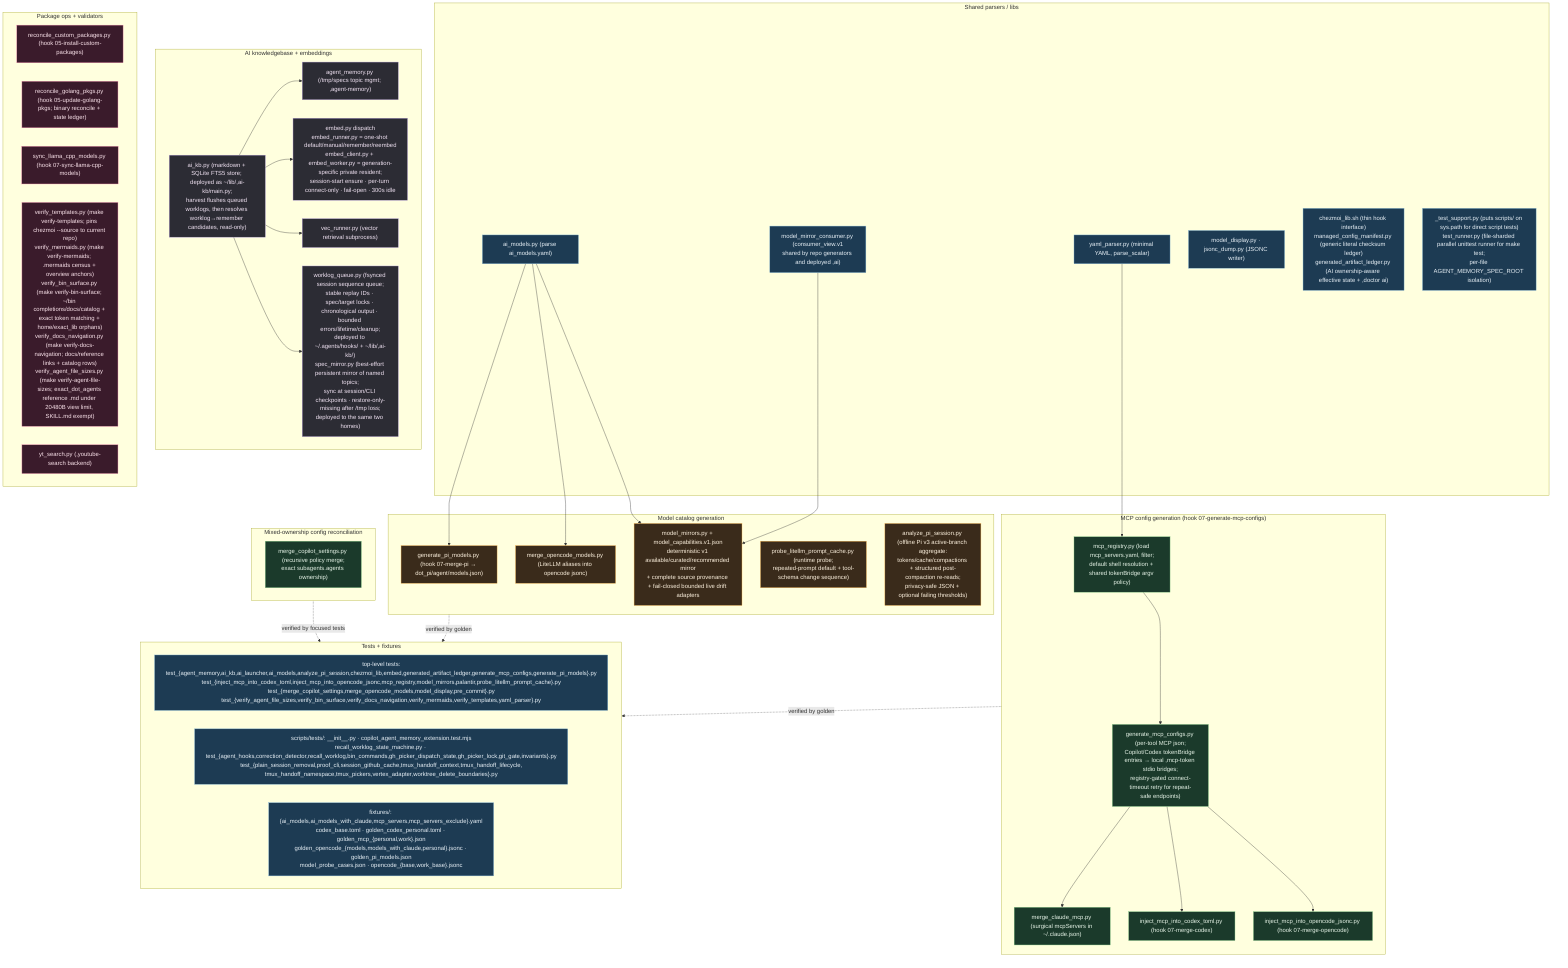
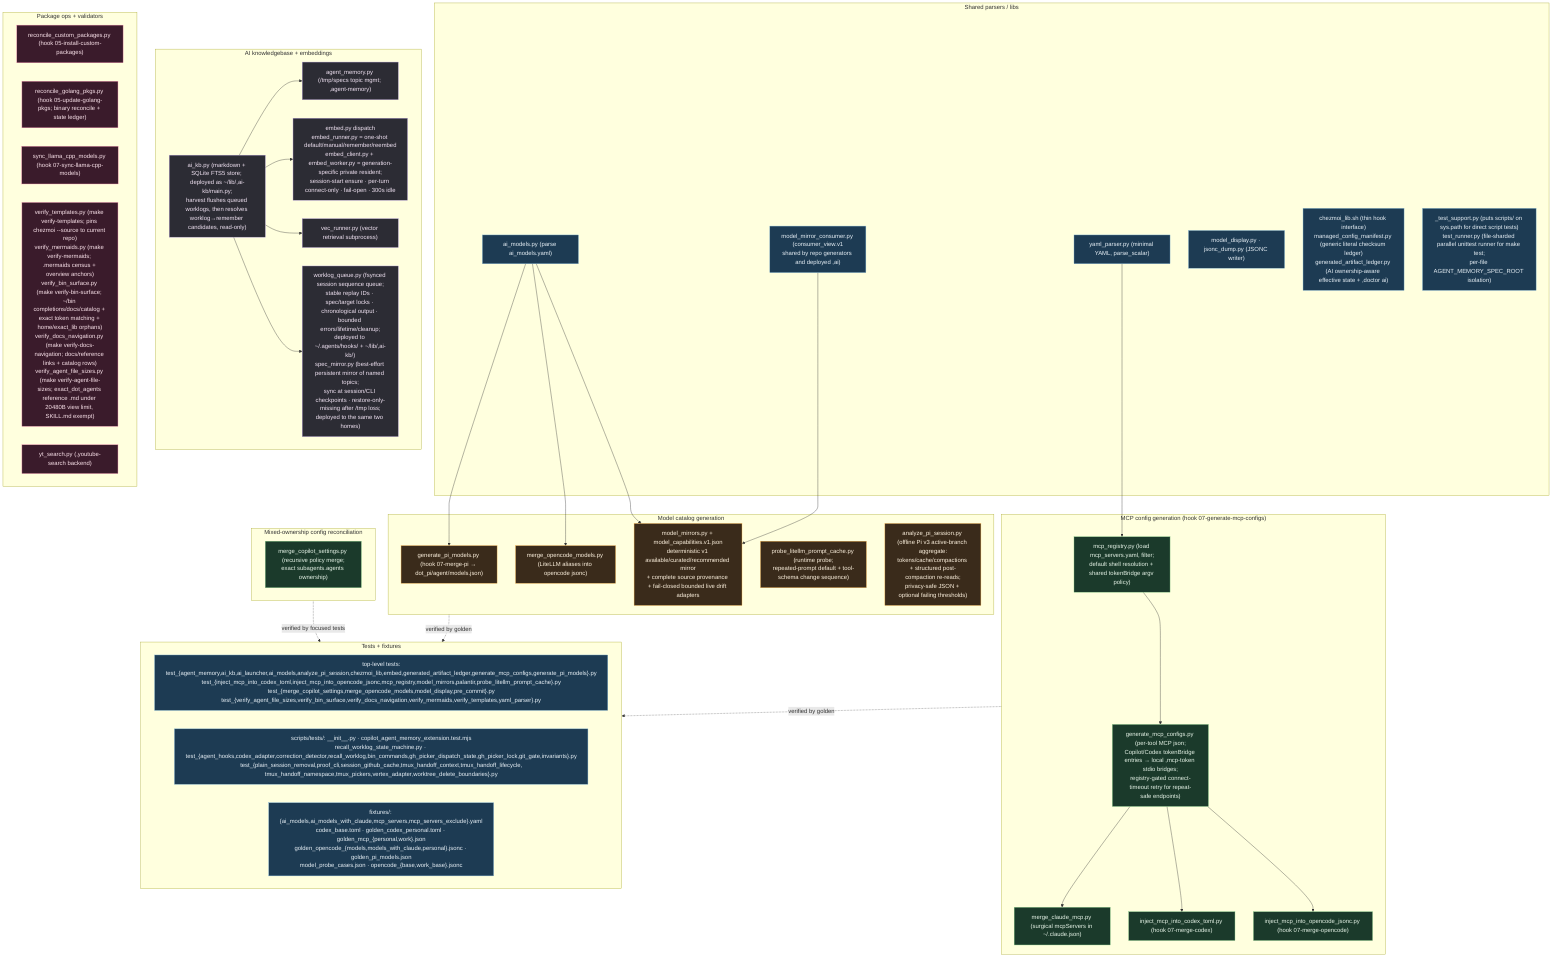
%% ============================================================================
- %% 11-scripts-helpers.mmd — Every file in scripts/ (101). Repo-side Python
+ %% 11-scripts-helpers.mmd — Every file in scripts/ (102). Repo-side Python
%% (stdlib only, no PyYAML) called by chezmoi 07-* hooks + ,bin commands.
%% Grouped by consumer. Shared parsers feed the generators/mergers.
%% ============================================================================
flowchart TB
    classDef shared fill:#1d3b53,stroke:#7fb3d5,color:#eaf2f8;
    classDef mcp fill:#1b3a2b,stroke:#81c784,color:#e8f5e9;
    classDef model fill:#3a2b1b,stroke:#ffb74d,color:#fff3e0;
    classDef ai fill:#2c2c34,stroke:#b39ddb,color:#f3e5f5;
    classDef misc fill:#3a1b2b,stroke:#f48fb1,color:#fce4ec;

    subgraph SHARED["Shared parsers / libs"]
        YP["yaml_parser.py (minimal YAML, parse_scalar)"]:::shared
        AM["ai_models.py (parse ai_models.yaml)"]:::shared
        MC["model_mirror_consumer.py (consumer_view.v1<br/>shared by repo generators and deployed ,ai)"]:::shared
        MD["model_display.py · jsonc_dump.py (JSONC writer)"]:::shared
        CL["chezmoi_lib.sh (thin hook interface)<br/>managed_config_manifest.py (generic literal checksum ledger)<br/>generated_artifact_ledger.py (AI ownership-aware effective state + ,doctor ai)"]:::shared
        TS["_test_support.py (puts scripts/ on sys.path for direct script tests)<br/>test_runner.py (file-sharded parallel unittest runner for make test;<br/>per-file AGENT_MEMORY_SPEC_ROOT isolation)"]:::shared
    end

    subgraph MCPGEN["MCP config generation (hook 07-generate-mcp-configs)"]
        MR["mcp_registry.py (load mcp_servers.yaml, filter;<br/>default shell resolution + shared tokenBridge argv policy)"]:::mcp
        GMC["generate_mcp_configs.py (per-tool MCP json;<br/>Copilot/Codex tokenBridge entries → local ,mcp-token stdio bridges;<br/>registry-gated connect-timeout retry for repeat-safe endpoints)"]:::mcp
        MCM["merge_claude_mcp.py (surgical mcpServers in ~/.claude.json)"]:::mcp
        ICT["inject_mcp_into_codex_toml.py (hook 07-merge-codex)"]:::mcp
        IOJ["inject_mcp_into_opencode_jsonc.py (hook 07-merge-opencode)"]:::mcp
    end
    YP --> MR --> GMC --> MCM & ICT & IOJ

    subgraph RECON["Mixed-ownership config reconciliation"]
        MCS["merge_copilot_settings.py (recursive policy merge;<br/>exact subagents.agents ownership)"]:::mcp
    end

    subgraph MODELGEN["Model catalog generation"]
        GPM["generate_pi_models.py (hook 07-merge-pi → dot_pi/agent/models.json)"]:::model
        MOM["merge_opencode_models.py (LiteLLM aliases into opencode jsonc)"]:::model
        MM["model_mirrors.py + model_capabilities.v1.json<br/>deterministic v1 available/curated/recommended mirror<br/>+ complete source provenance + fail-closed bounded live drift adapters"]:::model
        PLP["probe_litellm_prompt_cache.py (runtime probe;<br/>repeated-prompt default + tool-schema change sequence)"]:::model
        APS["analyze_pi_session.py (offline Pi v3 active-branch aggregate:<br/>tokens/cache/compactions + structured post-compaction re-reads;<br/>privacy-safe JSON + optional failing thresholds)"]:::model
    end
    AM --> GPM & MOM & MM
    MC --> MM

    subgraph AIKB["AI knowledgebase + embeddings"]
        KB["ai_kb.py (markdown + SQLite FTS5 store; deployed as ~/lib/,ai-kb/main.py;<br/>harvest flushes queued worklogs, then resolves worklog→remember candidates, read-only)"]:::ai
        WQ["worklog_queue.py (fsynced session sequence queue;<br/>stable replay IDs · spec/target locks · chronological output · bounded errors/lifetime/cleanup;<br/>deployed to ~/.agents/hooks/ + ~/lib/,ai-kb/)<br/>spec_mirror.py (best-effort persistent mirror of named topics;<br/>sync at session/CLI checkpoints · restore-only-missing after /tmp loss;<br/>deployed to the same two homes)"]:::ai
        EMB["embed.py dispatch<br/>embed_runner.py = one-shot default/manual/remember/reembed<br/>embed_client.py + embed_worker.py = generation-specific private resident;<br/>session-start ensure · per-turn connect-only · fail-open · 300s idle"]:::ai
        VEC["vec_runner.py (vector retrieval subprocess)"]:::ai
        AGM["agent_memory.py (/tmp/specs topic mgmt; ,agent-memory)"]:::ai
    end
    KB --> AGM & EMB & VEC & WQ

    subgraph ORCH["Package ops + validators"]
        RCP["reconcile_custom_packages.py (hook 05-install-custom-packages)"]:::misc
        RGP["reconcile_golang_pkgs.py (hook 05-update-golang-pkgs; binary reconcile + state ledger)"]:::misc
        SLC["sync_llama_cpp_models.py (hook 07-sync-llama-cpp-models)"]:::misc
        VT["verify_templates.py (make verify-templates; pins chezmoi --source to current repo)<br/>verify_mermaids.py (make verify-mermaids; .mermaids census + overview anchors)<br/>verify_bin_surface.py (make verify-bin-surface; ~/bin completions/docs/catalog + exact token matching + home/exact_lib orphans)<br/>verify_docs_navigation.py (make verify-docs-navigation; docs/reference links + catalog rows)<br/>verify_agent_file_sizes.py (make verify-agent-file-sizes; exact_dot_agents reference .md under 20480B view limit, SKILL.md exempt)"]:::misc
        YT["yt_search.py (,youtube-search backend)"]:::misc
    end

    subgraph TESTS["Tests + fixtures"]
        TT["top-level tests:<br/>test_{agent_memory,ai_kb,ai_launcher,ai_models,analyze_pi_session,chezmoi_lib,embed,generated_artifact_ledger,generate_mcp_configs,generate_pi_models}.py<br/>test_{inject_mcp_into_codex_toml,inject_mcp_into_opencode_jsonc,mcp_registry,model_mirrors,palantir,probe_litellm_prompt_cache}.py<br/>test_{merge_copilot_settings,merge_opencode_models,model_display,pre_commit}.py<br/>test_{verify_agent_file_sizes,verify_bin_surface,verify_docs_navigation,verify_mermaids,verify_templates,yaml_parser}.py"]:::shared
-         IT["scripts/tests/: __init__.py · copilot_agent_memory_extension.test.mjs<br/>recall_worklog_state_machine.py · test_{agent_hooks,correction_detector,recall_worklog,bin_commands,gh_picker_dispatch_state,gh_picker_lock,git_gate,invariants}.py<br/>test_{plain_session_removal,proof_cli,session_github_cache,tmux_handoff_context,tmux_handoff_lifecycle,<br/>tmux_handoff_namespace,tmux_pickers,vertex_adapter,worktree_delete_boundaries}.py"]:::shared
+         IT["scripts/tests/: __init__.py · copilot_agent_memory_extension.test.mjs<br/>recall_worklog_state_machine.py · test_{agent_hooks,codex_adapter,correction_detector,recall_worklog,bin_commands,gh_picker_dispatch_state,gh_picker_lock,git_gate,invariants}.py<br/>test_{plain_session_removal,proof_cli,session_github_cache,tmux_handoff_context,tmux_handoff_lifecycle,<br/>tmux_handoff_namespace,tmux_pickers,vertex_adapter,worktree_delete_boundaries}.py"]:::shared
        FX["fixtures/: {ai_models,ai_models_with_claude,mcp_servers,mcp_servers_exclude}.yaml<br/>codex_base.toml · golden_codex_personal.toml · golden_mcp_{personal,work}.json<br/>golden_opencode_{models,models_with_claude,personal}.jsonc · golden_pi_models.json<br/>model_probe_cases.json · opencode_{base,work_base}.jsonc"]:::shared
    end
    MCPGEN -.verified by golden.-> TESTS
    RECON -.verified by focused tests.-> TESTS
    MODELGEN -.verified by golden.-> TESTS
